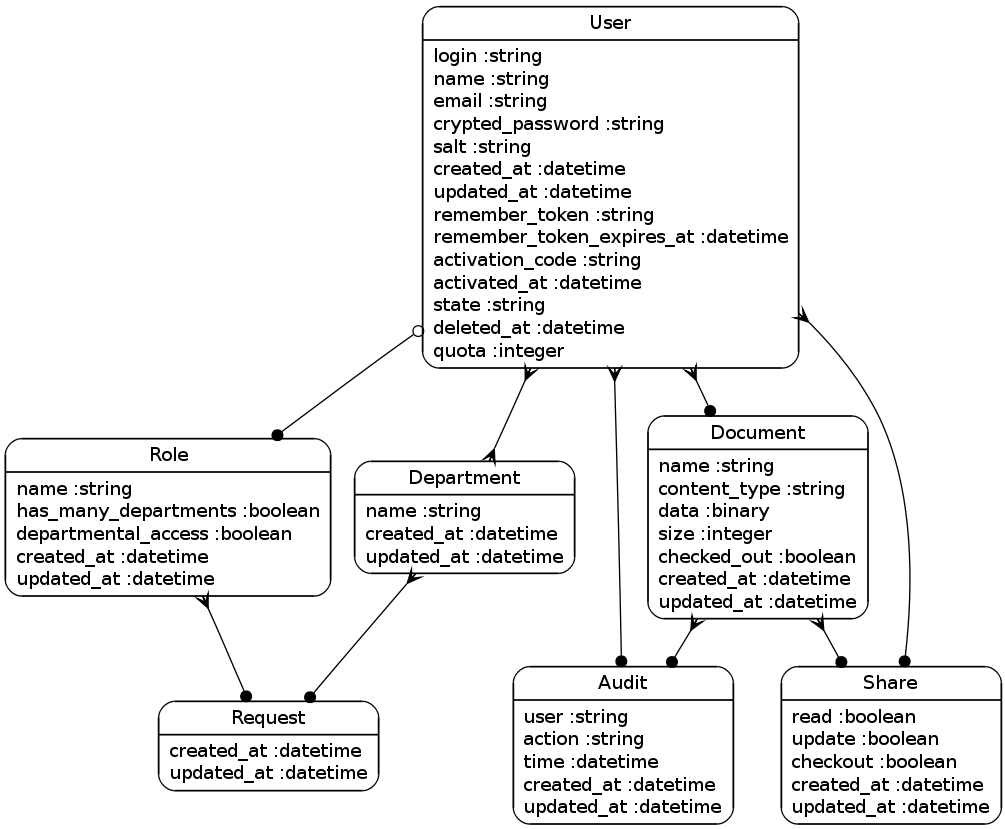
The Graphviz diagram doc/full_models.png in AnthonyDiGirolamo/dms, before a commit. Its source is kept beside it as doc/full_models.dot.
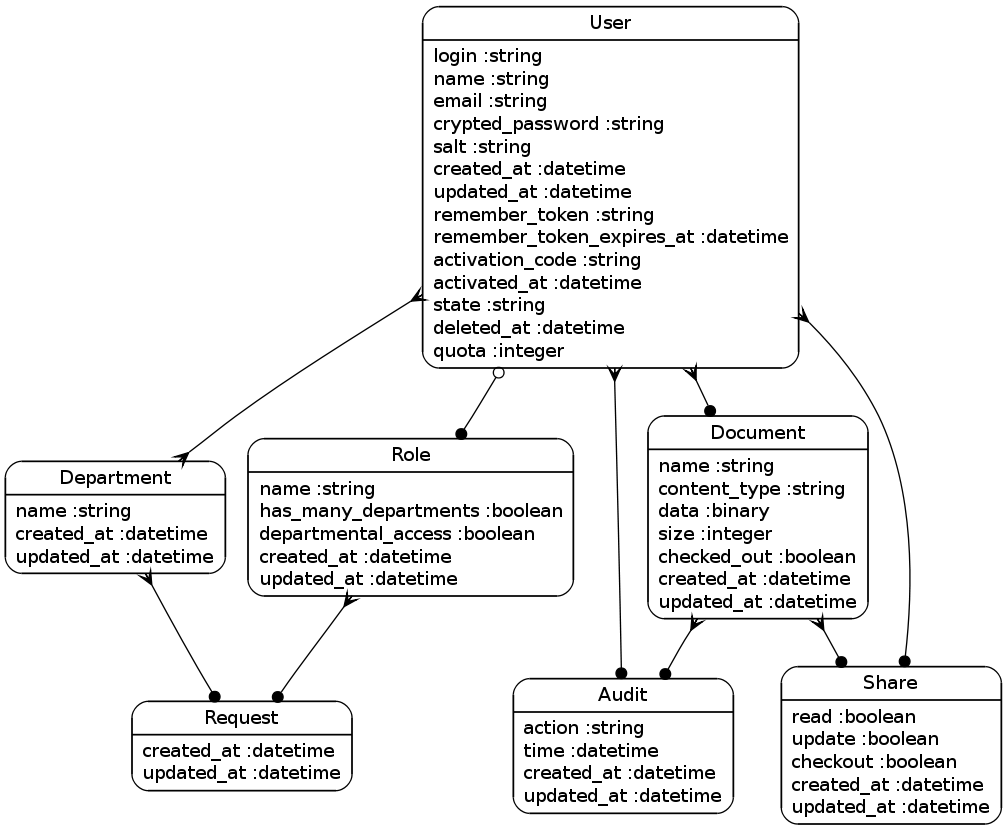
After the change.

Diff of the diagram source:
```diff
@@ -1,19 +1,19 @@
 digraph models_diagram {
 	graph[overlap=false, splines=true]
+	"User" [shape=Mrecord, label="{User|login :string\lname :string\lemail :string\lcrypted_password :string\lsalt :string\lcreated_at :datetime\lupdated_at :datetime\lremember_token :string\lremember_token_expires_at :datetime\lactivation_code :string\lactivated_at :datetime\lstate :string\ldeleted_at :datetime\lquota :integer\l}"]
+	"Request" [shape=Mrecord, label="{Request|created_at :datetime\lupdated_at :datetime\l}"]
+	"Department" [shape=Mrecord, label="{Department|name :string\lcreated_at :datetime\lupdated_at :datetime\l}"]
+	"Document" [shape=Mrecord, label="{Document|name :string\lcontent_type :string\ldata :binary\lsize :integer\lchecked_out :boolean\lcreated_at :datetime\lupdated_at :datetime\l}"]
 	"Role" [shape=Mrecord, label="{Role|name :string\lhas_many_departments :boolean\ldepartmental_access :boolean\lcreated_at :datetime\lupdated_at :datetime\l}"]
-	"Audit" [shape=Mrecord, label="{Audit|user :string\laction :string\ltime :datetime\lcreated_at :datetime\lupdated_at :datetime\l}"]
-	"Request" [shape=Mrecord, label="{Request|created_at :datetime\lupdated_at :datetime\l}"]
-	"User" [shape=Mrecord, label="{User|login :string\lname :string\lemail :string\lcrypted_password :string\lsalt :string\lcreated_at :datetime\lupdated_at :datetime\lremember_token :string\lremember_token_expires_at :datetime\lactivation_code :string\lactivated_at :datetime\lstate :string\ldeleted_at :datetime\lquota :integer\l}"]
-	"Department" [shape=Mrecord, label="{Department|name :string\lcreated_at :datetime\lupdated_at :datetime\l}"]
+	"Audit" [shape=Mrecord, label="{Audit|action :string\ltime :datetime\lcreated_at :datetime\lupdated_at :datetime\l}"]
 	"Share" [shape=Mrecord, label="{Share|read :boolean\lupdate :boolean\lcheckout :boolean\lcreated_at :datetime\lupdated_at :datetime\l}"]
-	"Document" [shape=Mrecord, label="{Document|name :string\lcontent_type :string\ldata :binary\lsize :integer\lchecked_out :boolean\lcreated_at :datetime\lupdated_at :datetime\l}"]
-	"Role" -> "Request" [arrowtail=crow, arrowhead=dot, dir=both]
-	"User" -> "Audit" [arrowtail=crow, arrowhead=dot, dir=both]
-	"User" -> "Share" [arrowtail=crow, arrowhead=dot, dir=both]
 	"User" -> "Department" [arrowtail=crow, arrowhead=crow, dir=both]
 	"User" -> "Document" [arrowtail=crow, arrowhead=dot, dir=both]
 	"User" -> "Role" [arrowtail=odot, arrowhead=dot, dir=both]
+	"User" -> "Audit" [arrowtail=crow, arrowhead=dot, dir=both]
+	"User" -> "Share" [arrowtail=crow, arrowhead=dot, dir=both]
 	"Department" -> "Request" [arrowtail=crow, arrowhead=dot, dir=both]
 	"Document" -> "Audit" [arrowtail=crow, arrowhead=dot, dir=both]
 	"Document" -> "Share" [arrowtail=crow, arrowhead=dot, dir=both]
+	"Role" -> "Request" [arrowtail=crow, arrowhead=dot, dir=both]
 }
```
